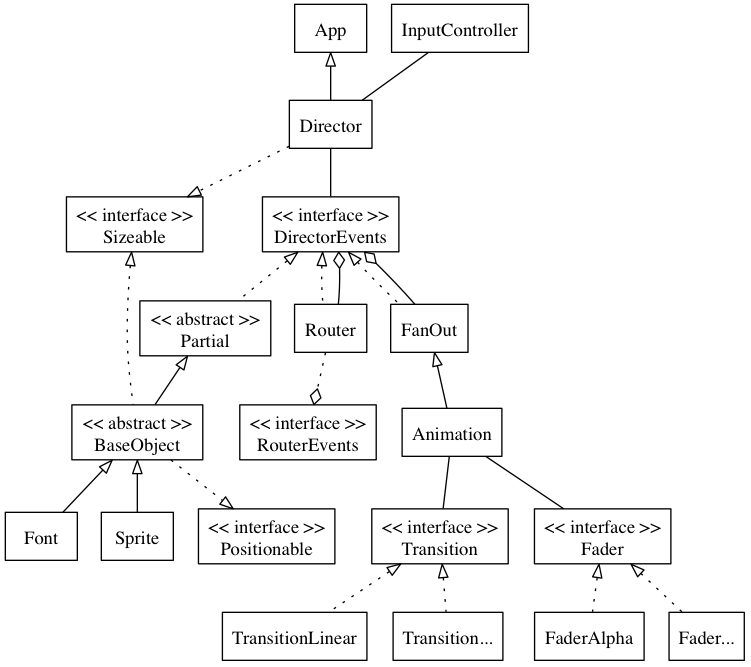
michaelcontento/bono keeps this Graphviz diagram as docs/class_diagram.png. Above is the earlier version. Its source is kept beside it as docs/class_diagram.dot.
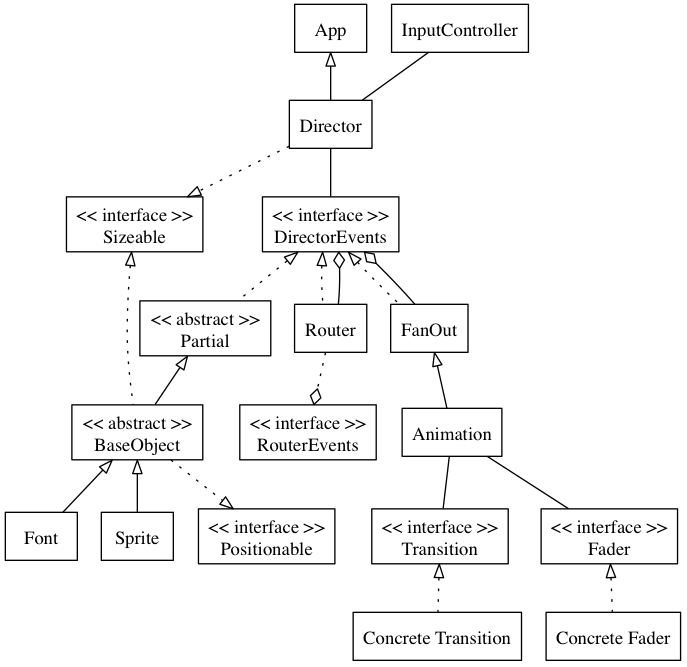
After the change.

Commit message:
Two nodes removed from the class diagram. KISS!

Diff of the diagram source:
```diff
@@ -33,14 +33,12 @@
         Sizeable -> BaseObject
         BaseObject -> Positionable [dir=normal]
         Director -> Sizeable [dir=normal]
-        Fader -> FaderAlpha
-        Fader -> FaderFF
-        Transition -> TransitionLinear
-        Transition -> TransitionFF
+        Fader -> ConcreteFader
+        Transition -> ConcreteTransition
     }
 
-    FaderFF [label="Fader..."]
-    TransitionFF [label="Transition..."]
+    ConcreteTransition [label="Concrete Transition"]
+    ConcreteFader [label="Concrete Fader"]
     BaseObject [label="<< abstract >>\nBaseObject"]
     DirectorEvents [label="<< interface >>\nDirectorEvents"]
     Fader [label="<< interface >>\nFader"]
```
